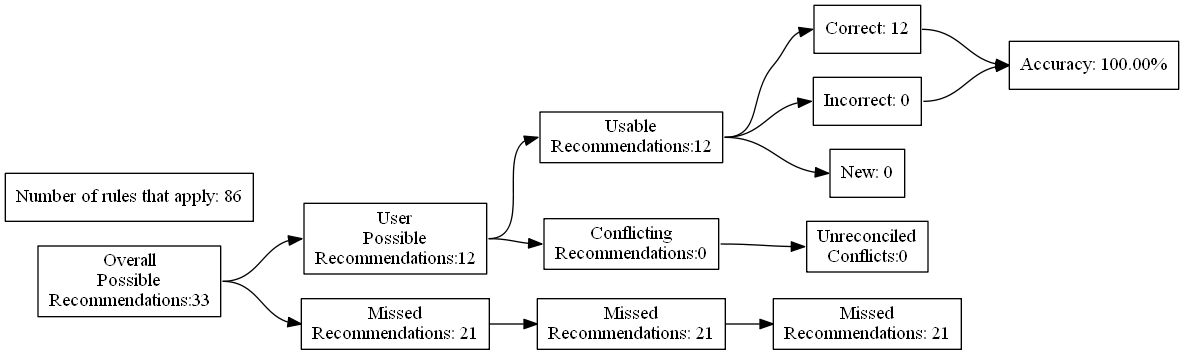
Earlier version of the Graphviz export test_renders/44.gv.png (ZaxR/ibd_diet_analysis). Its source is kept beside it as test_renders/44.gv.
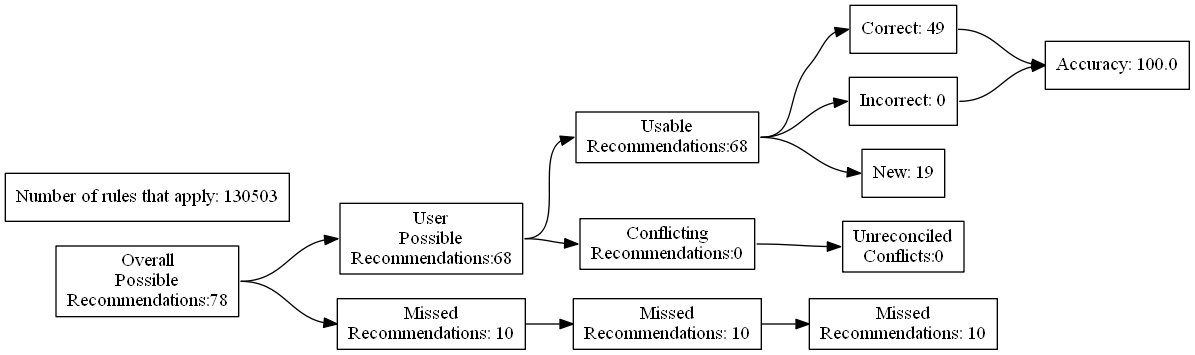
The same file after the commit.

Diff of the diagram source:
```diff
@@ -4,27 +4,27 @@
 	edge [headport=w tailport=e]
 		A [label="Overall
 Possible
-Recommendations:33"]
+Recommendations:78"]
 		B [label="User
 Possible
-Recommendations:12"]
+Recommendations:68"]
 		C [label="Missed
-Recommendations: 21"]
+Recommendations: 10"]
 		D [label="Usable
-Recommendations:12"]
+Recommendations:68"]
 		E [label="Conflicting
 Recommendations:0"]
 		J [label="Missed
-Recommendations: 21"]
+Recommendations: 10"]
 		M [label="Unreconciled
 Conflicts:0"]
-		F [label="Correct: 12"]
+		F [label="Correct: 49"]
 		G [label="Incorrect: 0"]
-		H [label="New: 0"]
+		H [label="New: 19"]
 		K [label="Missed
-Recommendations: 21"]
-		I [label="Accuracy: 100.00%"]
-		l [label="Number of rules that apply: 86"]
+Recommendations: 10"]
+		I [label="Accuracy: 100.0"]
+		l [label="Number of rules that apply: 130503"]
 			A -> B
 			A -> C
 			B -> D
```
